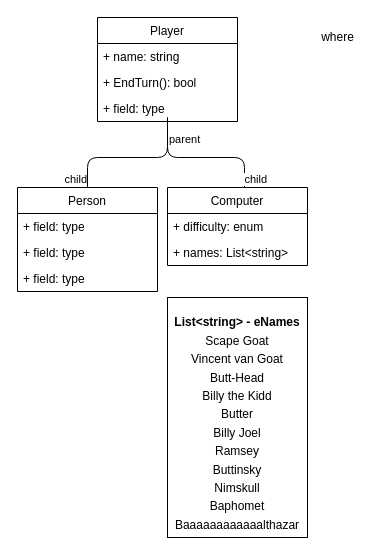
Earlier version of the draw.io diagram UML.drawio (MacLeod17/NimbleGoat). Source tidied: cells renumbered, new cells numbered last; positions are measured from the earlier drawing's top-left corner, leaving out a move shared by most shapes. Both pictures are drawn from the tidied source at 100%, with x=0, y=0 at pixel (17, 17).
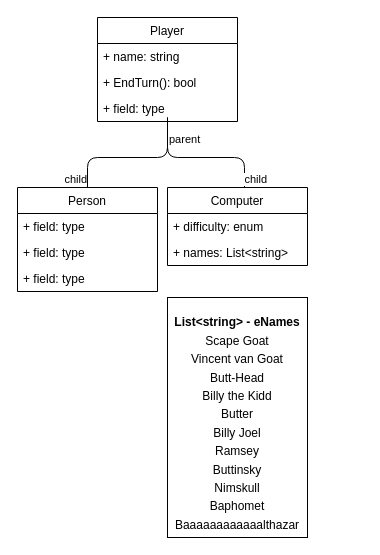
Above is the later version.

What changed in the source:
```diff
@@
-    <mxCell id="19" value="where" style="text;html=1;align=center;verticalAlign=middle;strokeColor=none;" parent="1" vertex="1">
-      <mxGeometry x="295" y="10" width="50" height="20" as="geometry" />
-    </mxCell>
```
